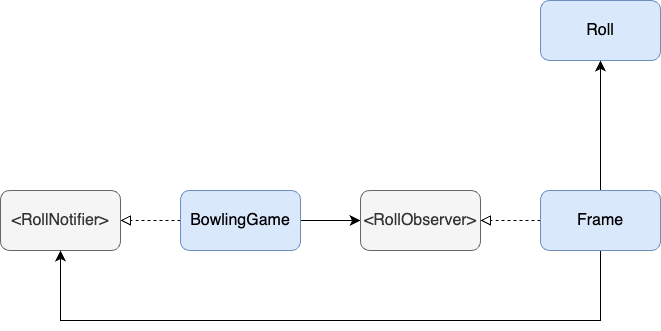
Before: BowlingGame/dependency_diagram.png, a diagram exported from draw.io (bibait/code-katas). Source tidied: cells renumbered, new cells last; positions are measured from the earlier drawing's top-left corner, leaving out a move shared by most shapes. The source it was exported from:
```xml
<mxGraphModel>
  <root>
    <mxCell id="0" />
    <mxCell id="1" parent="0" />
    <mxCell id="2" style="edgeStyle=orthogonalEdgeStyle;rounded=0;jettySize=auto;html=1;entryX=1;entryY=0.5;entryDx=0;entryDy=0;fontSize=12;startSize=8;endSize=8;endArrow=block;endFill=0;dashed=1;" parent="1" edge="1" source="4" target="6">
      <mxGeometry relative="1" as="geometry" />
    </mxCell>
    <mxCell id="3" style="edgeStyle=none;curved=1;rounded=0;jettySize=auto;html=1;entryX=0;entryY=0.5;entryDx=0;entryDy=0;fontSize=12;startSize=8;endSize=8;" parent="1" edge="1" source="4" target="5">
      <mxGeometry relative="1" as="geometry" />
    </mxCell>
    <mxCell id="4" value="BowlingGame" style="rounded=1;whiteSpace=wrap;html=1;fontSize=16;fillColor=#dae8fc;strokeColor=#6c8ebf;" parent="1" vertex="1">
      <mxGeometry x="180" y="190" width="120" height="60" as="geometry" />
    </mxCell>
    <mxCell id="5" value="&amp;lt;RollObserver&amp;gt;" style="rounded=1;whiteSpace=wrap;html=1;fontSize=16;fillColor=#f5f5f5;strokeColor=#666666;fontColor=#333333;" parent="1" vertex="1">
      <mxGeometry x="360" y="190" width="120" height="60" as="geometry" />
    </mxCell>
    <mxCell id="6" value="&amp;lt;RollNotifier&amp;gt;" style="rounded=1;whiteSpace=wrap;html=1;fontSize=16;fillColor=#f5f5f5;strokeColor=#666666;fontColor=#333333;" parent="1" vertex="1">
      <mxGeometry y="190" width="120" height="60" as="geometry" />
    </mxCell>
    <mxCell id="7" style="edgeStyle=orthogonalEdgeStyle;rounded=0;jettySize=auto;html=1;entryX=1;entryY=0.5;entryDx=0;entryDy=0;fontSize=12;startSize=8;endSize=8;dashed=1;endArrow=block;endFill=0;" parent="1" edge="1" source="10" target="5">
      <mxGeometry relative="1" as="geometry" />
    </mxCell>
    <mxCell id="8" style="edgeStyle=none;curved=1;rounded=0;jettySize=auto;html=1;entryX=0.5;entryY=1;entryDx=0;entryDy=0;fontSize=12;startSize=8;endSize=8;" parent="1" edge="1" source="10" target="11">
      <mxGeometry relative="1" as="geometry" />
    </mxCell>
    <mxCell id="9" style="edgeStyle=orthogonalEdgeStyle;rounded=0;jettySize=auto;html=1;entryX=0.5;entryY=1;entryDx=0;entryDy=0;fontSize=12;startSize=8;endSize=8;exitX=0.5;exitY=1;exitDx=0;exitDy=0;" parent="1" edge="1" source="10" target="6">
      <mxGeometry relative="1" as="geometry">
        <Array as="points">
          <mxPoint x="600" y="320" />
          <mxPoint x="60" y="320" />
        </Array>
      </mxGeometry>
    </mxCell>
    <mxCell id="10" value="Frame" style="rounded=1;whiteSpace=wrap;html=1;fontSize=16;fillColor=#dae8fc;strokeColor=#6c8ebf;" parent="1" vertex="1">
      <mxGeometry x="540" y="190" width="120" height="60" as="geometry" />
    </mxCell>
    <mxCell id="11" value="Roll" style="rounded=1;whiteSpace=wrap;html=1;fontSize=16;fillColor=#dae8fc;strokeColor=#6c8ebf;" parent="1" vertex="1">
      <mxGeometry x="540" width="120" height="60" as="geometry" />
    </mxCell>
  </root>
</mxGraphModel>
```
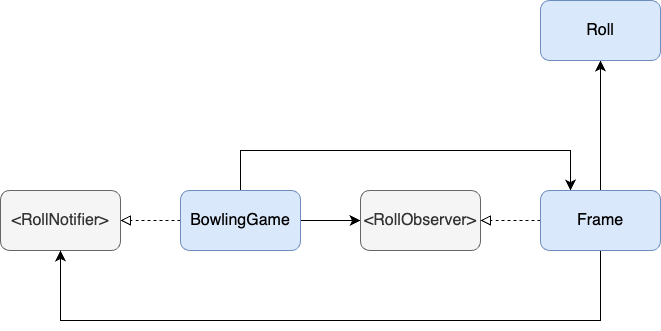
The same diagram one commit later.

Diff of the diagram source:
```diff
@@ -8,6 +8,14 @@
     <mxCell id="3" style="edgeStyle=none;curved=1;rounded=0;jettySize=auto;html=1;entryX=0;entryY=0.5;entryDx=0;entryDy=0;fontSize=12;startSize=8;endSize=8;" parent="1" edge="1" source="4" target="5">
       <mxGeometry relative="1" as="geometry" />
     </mxCell>
+    <mxCell id="12" style="edgeStyle=orthogonalEdgeStyle;rounded=0;jettySize=auto;html=1;entryX=0.25;entryY=0;entryDx=0;entryDy=0;fontSize=12;startSize=8;endSize=8;exitX=0.5;exitY=0;exitDx=0;exitDy=0;" parent="1" edge="1" source="4" target="10">
+      <mxGeometry relative="1" as="geometry">
+        <Array as="points">
+          <mxPoint x="240" y="150" />
+          <mxPoint x="570" y="150" />
+        </Array>
+      </mxGeometry>
+    </mxCell>
     <mxCell id="4" value="BowlingGame" style="rounded=1;whiteSpace=wrap;html=1;fontSize=16;fillColor=#dae8fc;strokeColor=#6c8ebf;" parent="1" vertex="1">
       <mxGeometry x="180" y="190" width="120" height="60" as="geometry" />
     </mxCell>
```
